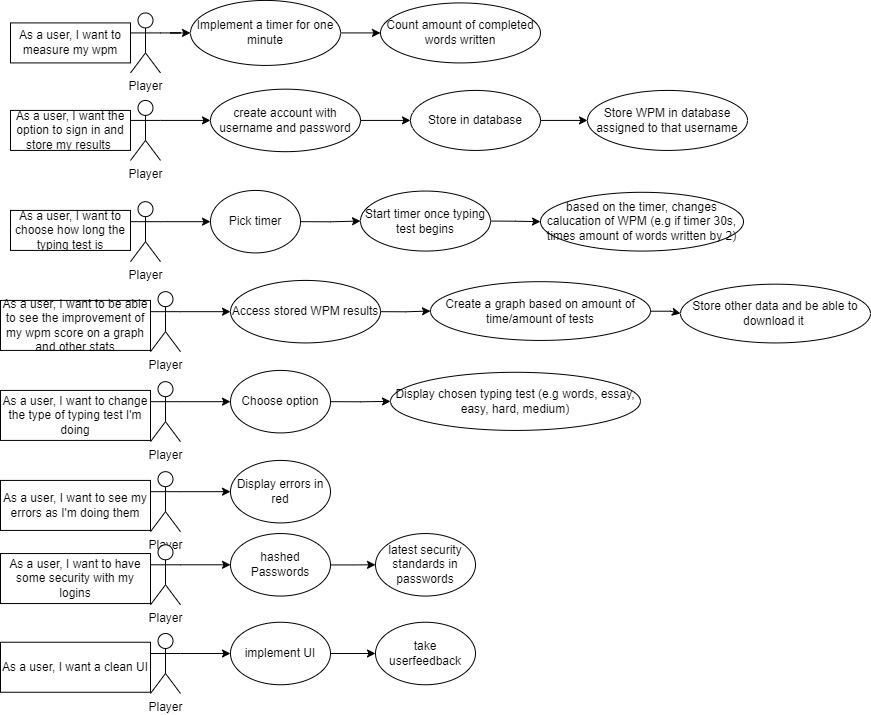
This is design/ulms/user_stories.png from MxFrgsn/COMP1004-Project, a draw.io export, as it was before one commit. Source tidied: cells renumbered, new cells last; positions are measured from the earlier drawing's top-left corner, leaving out a move shared by most shapes.
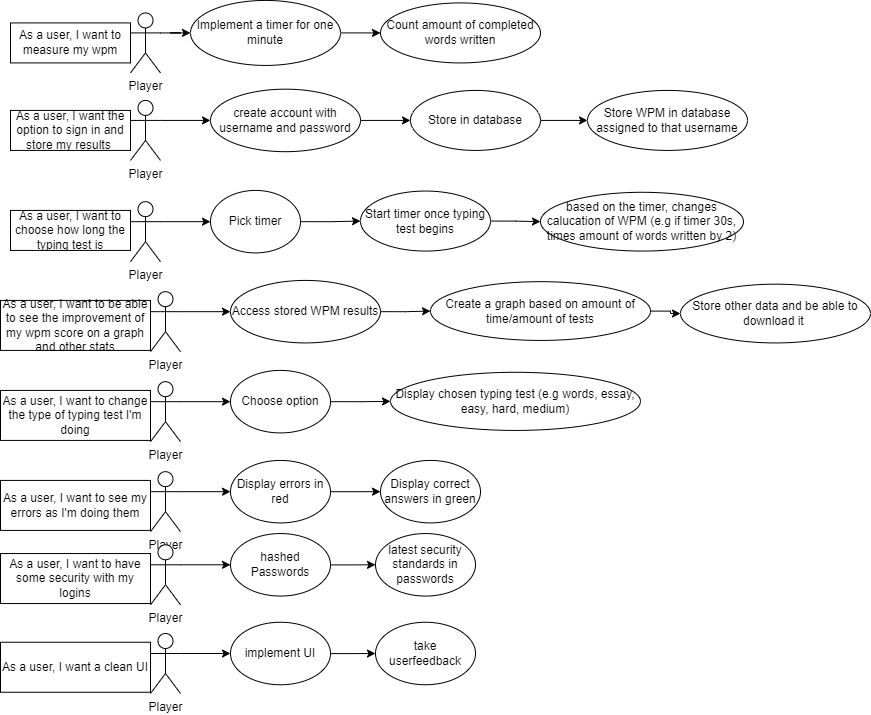
The same diagram one commit later.

Diff of the diagram source:
```diff
@@ -116,6 +116,9 @@
     <mxCell id="39" value="Player" style="shape=umlActor;verticalLabelPosition=bottom;verticalAlign=top;html=1;outlineConnect=0;" parent="1" vertex="1">
       <mxGeometry x="150" y="471.2" width="30" height="60" as="geometry" />
     </mxCell>
+    <mxCell id="54" style="edgeStyle=orthogonalEdgeStyle;rounded=0;jettySize=auto;html=1;entryX=0;entryY=0.5;entryDx=0;entryDy=0;" parent="1" edge="1" source="40" target="55">
+      <mxGeometry relative="1" as="geometry" />
+    </mxCell>
     <mxCell id="40" value="Display errors in red" style="ellipse;whiteSpace=wrap;html=1;" parent="1" vertex="1">
       <mxGeometry x="230" y="459.9" width="100" height="62.5" as="geometry" />
     </mxCell>
@@ -158,5 +161,8 @@
     <mxCell id="53" value="&lt;span style=&quot;font-weight: normal;&quot;&gt;take userfeedback&lt;/span&gt;" style="ellipse;whiteSpace=wrap;html=1;fontStyle=1;" parent="1" vertex="1">
       <mxGeometry x="375" y="621.8" width="100" height="62.5" as="geometry" />
     </mxCell>
+    <mxCell id="55" value="&lt;span style=&quot;font-weight: 400;&quot;&gt;Display correct answers in green&lt;/span&gt;" style="ellipse;whiteSpace=wrap;html=1;fontStyle=1;" parent="1" vertex="1">
+      <mxGeometry x="380" y="459.9" width="100" height="62.5" as="geometry" />
+    </mxCell>
   </root>
 </mxGraphModel>
```
